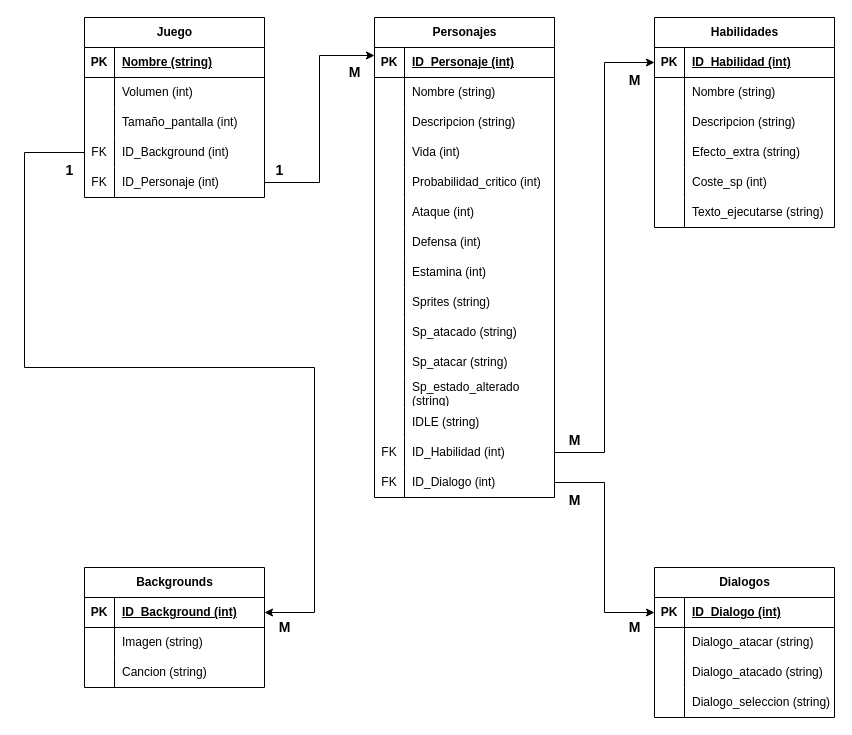
Above: Documentacion/mr.drawio in Millicay/stage-combat (draw.io), before the change. Source tidied: cells renumbered, new cells numbered last; positions are measured from the earlier drawing's top-left corner, leaving out a move shared by most shapes. Both pictures are drawn from the tidied source at 100%, with x=0, y=0 at pixel (24, 17).
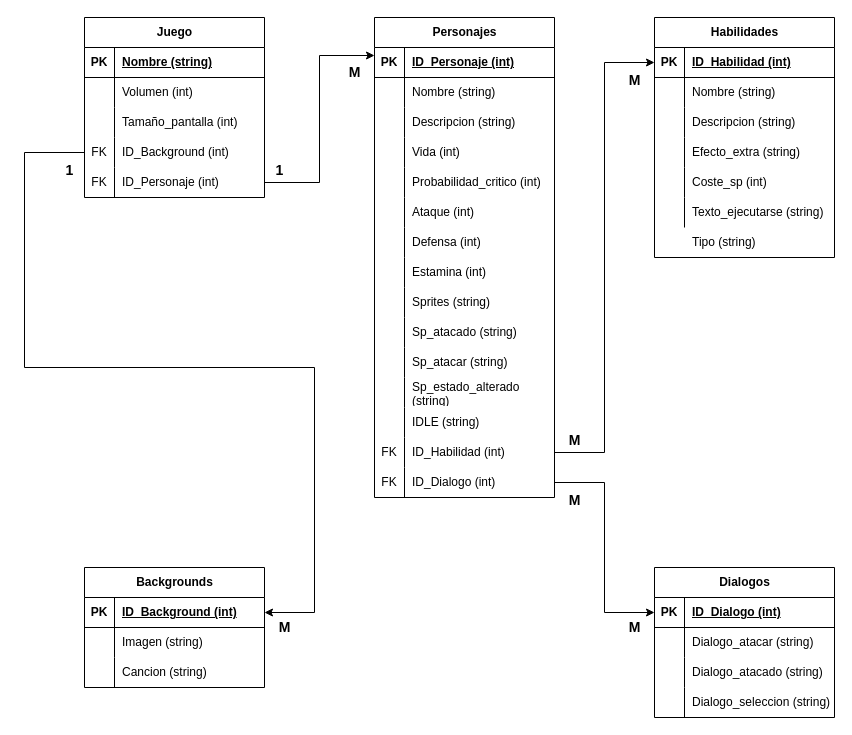
Above is the later version.

The edit, as a diff of the source:
```diff
@@
     <mxCell id="67" value="Habilidades" style="shape=table;startSize=30;childLayout=tableLayout;rowLines=0;fontStyle=1;align=center;html=1;" parent="1" vertex="1">
-      <mxGeometry x="630" width="180" height="210" as="geometry" />
+      <mxGeometry x="630" width="180" height="240" as="geometry" />
     </mxCell>
@@
+    <mxCell id="118" value="Tipo (string)" style="shape=partialRectangle;fillColor=none;top=0;left=0;bottom=0;right=0;align=left;spacingLeft=6;overflow=hidden;whiteSpace=wrap;html=1;" parent="1" vertex="1">
+      <mxGeometry x="660" y="210" width="150" height="30" as="geometry" />
+    </mxCell>
+    <mxCell id="119" style="shape=partialRectangle;fillColor=none;top=0;left=0;bottom=0;right=0;overflow=hidden;whiteSpace=wrap;html=1;" parent="1" vertex="1">
+      <mxGeometry x="630" y="210" width="30" height="30" as="geometry" />
+    </mxCell>
```
